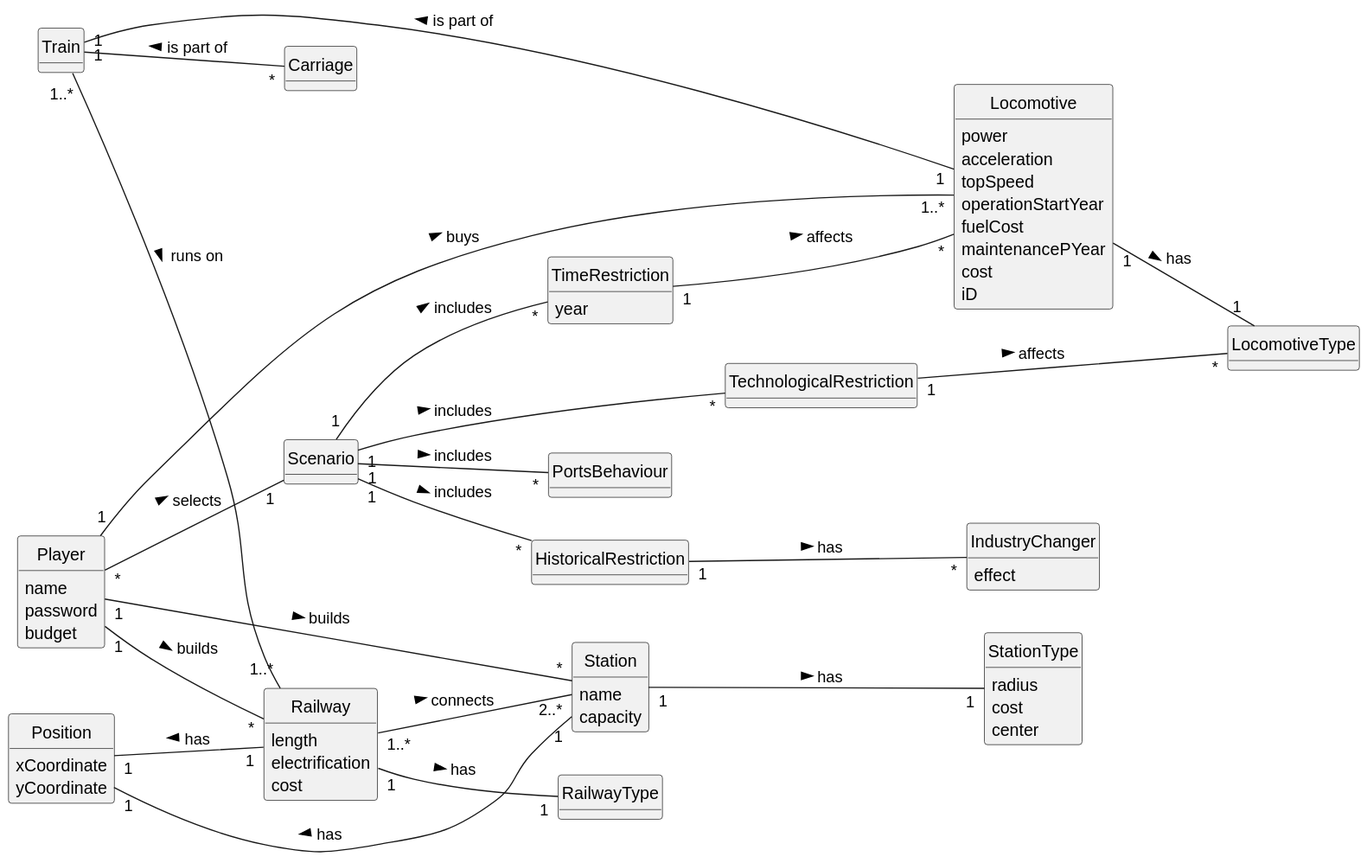
1240935/pi2-railway-simulator keeps this PlantUML diagram as Sprint2/US013/02.analysis/svg/US013-DM.svg. Above is the earlier version.
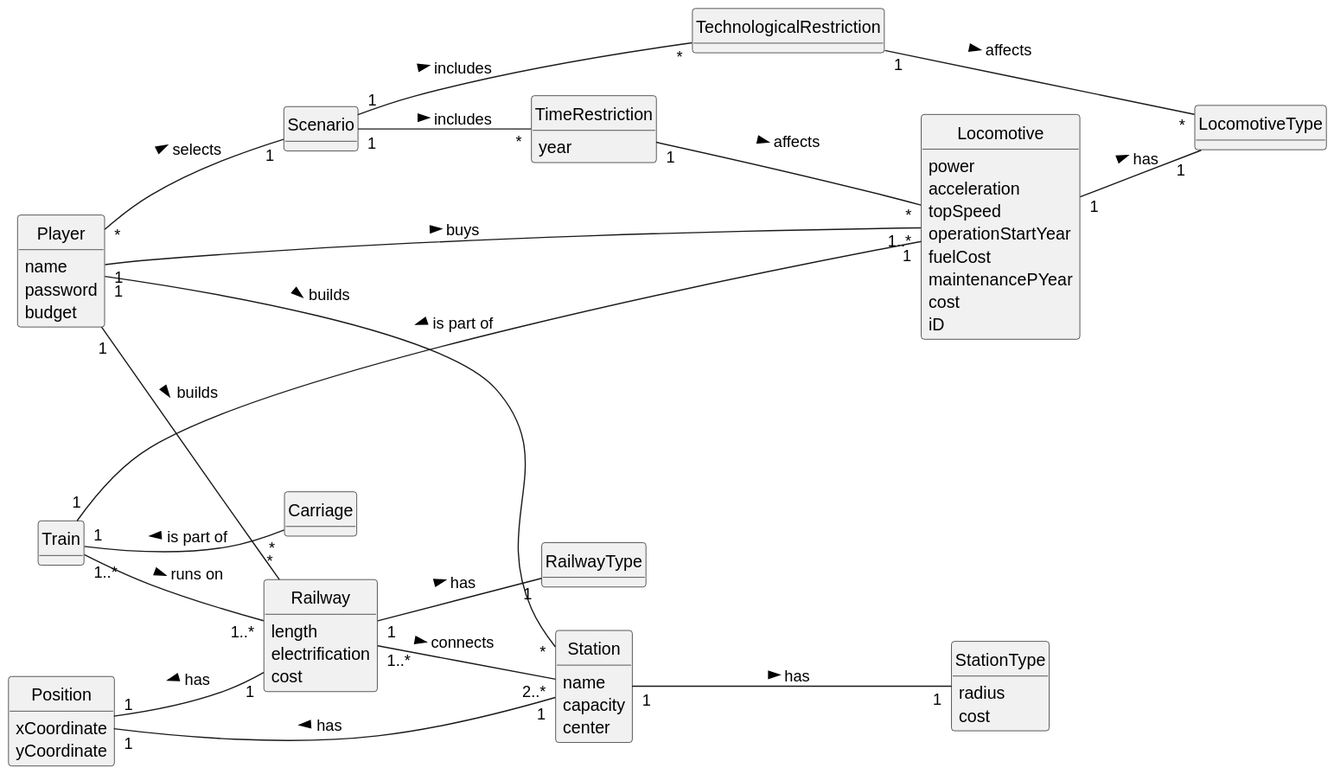
The same file after the commit.

What changed in the source:
```diff
@@ -31,12 +31,12 @@
 class Station {
     name
     capacity
+    center
 }
 
 class StationType{
     radius
     cost
-    center
 }
 
 class Railway{
@@ -59,9 +59,6 @@
 class Carriage{
 }
 
-class HistoricalRestriction{
-}
-
 class TimeRestriction{
     year
 }
@@ -69,26 +66,17 @@
 class TechnologicalRestriction{
 }
 
-class PortsBehaviour{
-}
-
-class IndustryChanger{
-    effect
-}
 
 Player "*" -- "1" Scenario : selects >
 Player "1" -- "*" Station : builds >
 Player "1" -- "*" Railway : builds >
 Player "1" -- "1..*" Locomotive : buys >
 
-Scenario "1" -- "*" HistoricalRestriction: includes >
 Scenario "1" -- "*" TechnologicalRestriction: includes >
 Scenario "1" -- "*" TimeRestriction: includes >
-Scenario "1" -- "*" PortsBehaviour: includes >
 
 TimeRestriction "1" -- "*" Locomotive: affects >
 TechnologicalRestriction "1" -- "*" LocomotiveType: affects >
-HistoricalRestriction "1" -- "*" IndustryChanger: has >
 
 Position "1" -- "1" Station: has <
 Position "1" -- "1" Railway: has <
```
